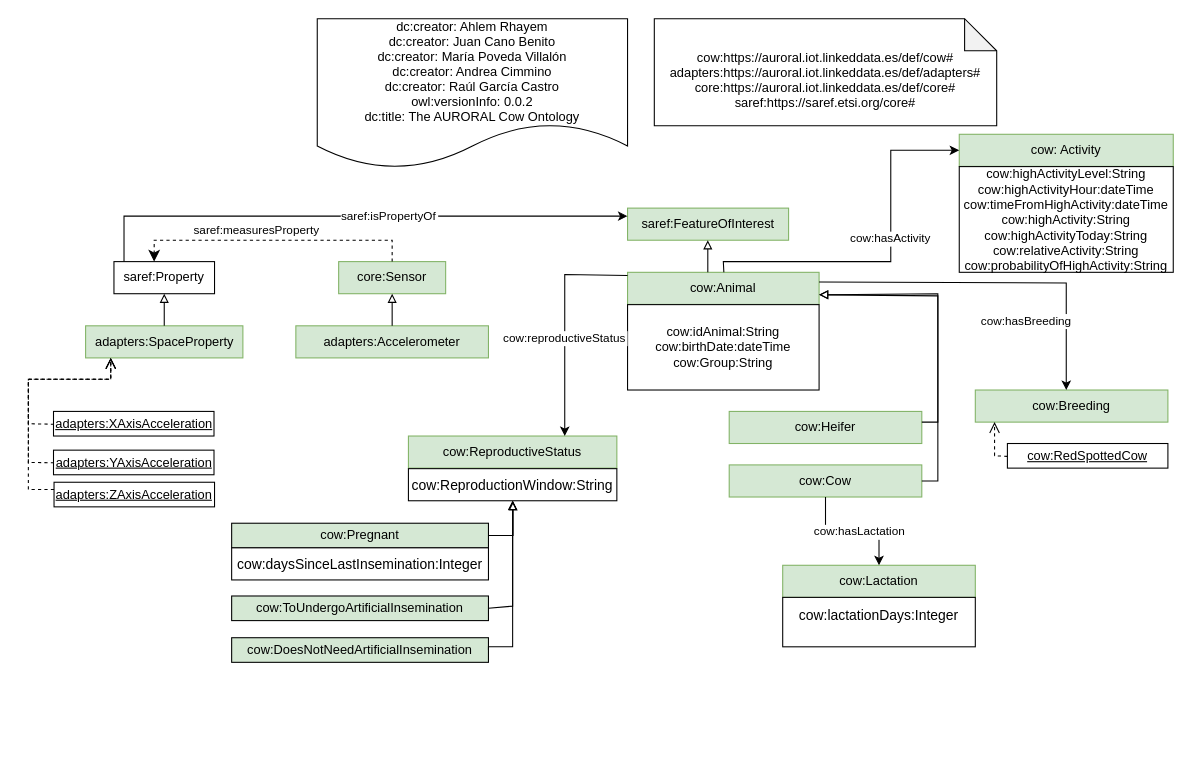
oeg-upm/auroral-cow-ontology keeps this draw.io diagram as Diagram/CowItaly.drawio. Above is the earlier version. Source tidied: cells renumbered, new cells numbered last; positions are measured from the earlier drawing's top-left corner, leaving out a move shared by most shapes. Both pictures are drawn from the tidied source at 107%, with x=0, y=0 at pixel (28, 18).
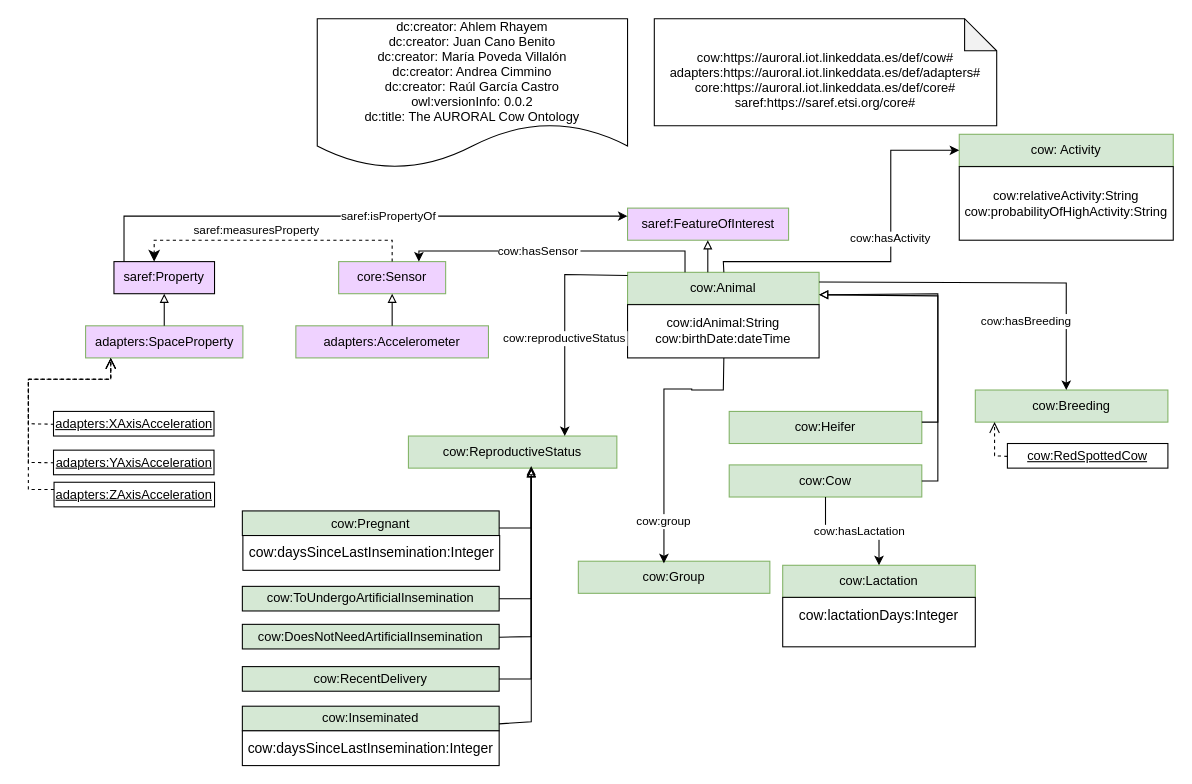
After the change.

The change refers to these unchanged cells:
```xml
<mxCell id="17" value="cow:Animal" style="rounded=0;whiteSpace=wrap;html=1;snapToPoint=1;points=[[0.1,0],[0.2,0],[0.3,0],[0.4,0],[0.5,0],[0.6,0],[0.7,0],[0.8,0],[0.9,0],[0,0.1],[0,0.3],[0,0.5],[0,0.7],[0,0.9],[0.1,1],[0.2,1],[0.3,1],[0.4,1],[0.5,1],[0.6,1],[0.7,1],[0.8,1],[0.9,1],[1,0.1],[1,0.3],[1,0.5],[1,0.7],[1,0.9]];fillColor=#d5e8d4;strokeColor=#82b366;" parent="1" vertex="1">
  <mxGeometry x="560" y="237" width="179" height="30" as="geometry" />
</mxCell>
```

Change to the diagram source:
```diff
@@
-    <mxCell id="4" value="core:Sensor" style="rounded=0;whiteSpace=wrap;html=1;fillColor=#d5e8d4;strokeColor=#82b366;" parent="1" vertex="1">
+    <mxCell id="4" value="core:Sensor" style="rounded=0;whiteSpace=wrap;html=1;fillColor=#EFD2FF;strokeColor=#82b366;" parent="1" vertex="1">
       <mxGeometry x="290" y="227" width="100" height="30" as="geometry" />
     </mxCell>
-    <mxCell id="5" value="&lt;div&gt;&lt;span&gt;adapters:Accelerometer&lt;/span&gt;&lt;/div&gt;" style="rounded=0;whiteSpace=wrap;html=1;fillColor=#d5e8d4;strokeColor=#82b366;" parent="1" vertex="1">
+    <mxCell id="5" value="&lt;div&gt;&lt;span&gt;adapters:Accelerometer&lt;/span&gt;&lt;/div&gt;" style="rounded=0;whiteSpace=wrap;html=1;fillColor=#EFD2FF;strokeColor=#82b366;" parent="1" vertex="1">
       <mxGeometry x="250" y="287" width="180" height="30" as="geometry" />
     </mxCell>
@@
-    <mxCell id="7" value="saref:Property" style="rounded=0;whiteSpace=wrap;html=1;points=[[0.1,0],[0.2,0],[0.3,0],[0.4,0],[0.5,0],[0.6,0],[0.7,0],[0.8,0],[0.9,0],[0,0.1],[0,0.3],[0,0.5],[0,0.7],[0,0.9],[0.1,1],[0.2,1],[0.3,1],[0.4,1],[0.5,1],[0.6,1],[0.7,1],[0.8,1],[0.9,1],[1,0.1],[1,0.3],[1,0.5],[1,0.7],[1,0.9]];" parent="1" vertex="1">
+    <mxCell id="7" value="saref:Property" style="rounded=0;whiteSpace=wrap;html=1;points=[[0.1,0],[0.2,0],[0.3,0],[0.4,0],[0.5,0],[0.6,0],[0.7,0],[0.8,0],[0.9,0],[0,0.1],[0,0.3],[0,0.5],[0,0.7],[0,0.9],[0.1,1],[0.2,1],[0.3,1],[0.4,1],[0.5,1],[0.6,1],[0.7,1],[0.8,1],[0.9,1],[1,0.1],[1,0.3],[1,0.5],[1,0.7],[1,0.9]];fillColor=#EFD2FF;" parent="1" vertex="1">
       <mxGeometry x="80" y="227" width="94" height="30" as="geometry" />
     </mxCell>
-    <mxCell id="8" value="adapters:SpaceProperty" style="rounded=0;whiteSpace=wrap;html=1;fillColor=#d5e8d4;strokeColor=#82b366;" parent="1" vertex="1">
+    <mxCell id="8" value="adapters:SpaceProperty" style="rounded=0;whiteSpace=wrap;html=1;fillColor=#EFD2FF;strokeColor=#82b366;" parent="1" vertex="1">
       <mxGeometry x="53.5" y="287" width="147" height="30" as="geometry" />
     </mxCell>
-    <mxCell id="9" value="&lt;u&gt;adapters:XAxisAcceleration&lt;/u&gt;" style="rounded=0;whiteSpace=wrap;html=1;snapToPoint=1;points=[[0.1,0],[0.2,0],[0.3,0],[0.4,0],[0.5,0],[0.6,0],[0.7,0],[0.8,0],[0.9,0],[0,0.1],[0,0.3],[0,0.5],[0,0.7],[0,0.9],[0.1,1],[0.2,1],[0.3,1],[0.4,1],[0.5,1],[0.6,1],[0.7,1],[0.8,1],[0.9,1],[1,0.1],[1,0.3],[1,0.5],[1,0.7],[1,0.9]];" parent="1" vertex="1">
+    <mxCell id="9" value="&lt;u&gt;adapters:XAxisAcceleration&lt;/u&gt;" style="rounded=0;whiteSpace=wrap;html=1;snapToPoint=1;points=[[0.1,0],[0.2,0],[0.3,0],[0.4,0],[0.5,0],[0.6,0],[0.7,0],[0.8,0],[0.9,0],[0,0.1],[0,0.3],[0,0.5],[0,0.7],[0,0.9],[0.1,1],[0.2,1],[0.3,1],[0.4,1],[0.5,1],[0.6,1],[0.7,1],[0.8,1],[0.9,1],[1,0.1],[1,0.3],[1,0.5],[1,0.7],[1,0.9]];fillColor=#FFFFFF;" parent="1" vertex="1">
       <mxGeometry x="23.5" y="367" width="150" height="23" as="geometry" />
     </mxCell>
@@
-    <mxCell id="18" value="saref:FeatureOfInterest" style="rounded=0;whiteSpace=wrap;html=1;fillColor=#d5e8d4;strokeColor=#82b366;" parent="1" vertex="1">
+    <mxCell id="18" value="saref:FeatureOfInterest" style="rounded=0;whiteSpace=wrap;html=1;fillColor=#EFD2FF;strokeColor=#82b366;" parent="1" vertex="1">
       <mxGeometry x="560" y="177" width="150.5" height="30" as="geometry" />
     </mxCell>
@@
-    <mxCell id="21" value="cow:idAnimal:String&lt;br&gt;cow:birthDate:dateTime&lt;br&gt;cow:Group:String" style="rounded=0;whiteSpace=wrap;html=1;snapToPoint=1;points=[[0.1,0],[0.2,0],[0.3,0],[0.4,0],[0.5,0],[0.6,0],[0.7,0],[0.8,0],[0.9,0],[0,0.1],[0,0.3],[0,0.5],[0,0.7],[0,0.9],[0.1,1],[0.2,1],[0.3,1],[0.4,1],[0.5,1],[0.6,1],[0.7,1],[0.8,1],[0.9,1],[1,0.1],[1,0.3],[1,0.5],[1,0.7],[1,0.9]];" parent="1" vertex="1">
-      <mxGeometry x="560" y="267.2" width="179" height="79.8" as="geometry" />
+    <mxCell id="21" value="cow:idAnimal:String&lt;br&gt;cow:birthDate:dateTime" style="rounded=0;whiteSpace=wrap;html=1;snapToPoint=1;points=[[0.1,0],[0.2,0],[0.3,0],[0.4,0],[0.5,0],[0.6,0],[0.7,0],[0.8,0],[0.9,0],[0,0.1],[0,0.3],[0,0.5],[0,0.7],[0,0.9],[0.1,1],[0.2,1],[0.3,1],[0.4,1],[0.5,1],[0.6,1],[0.7,1],[0.8,1],[0.9,1],[1,0.1],[1,0.3],[1,0.5],[1,0.7],[1,0.9]];" parent="1" vertex="1">
+      <mxGeometry x="560" y="267.2" width="179" height="49.8" as="geometry" />
     </mxCell>
@@
-    <mxCell id="28" value="cow:highActivityLevel:String&lt;br&gt;cow:highActivityHour:dateTime&lt;br&gt;cow:timeFromHighActivity:dateTime&lt;br&gt;cow:highActivity:String&lt;br&gt;cow:highActivityToday:String&lt;br&gt;cow:relativeActivity:String&lt;br&gt;cow:probabilityOfHighActivity:String" style="rounded=0;whiteSpace=wrap;html=1;" parent="1" vertex="1">
-      <mxGeometry x="870" y="138.2" width="200" height="98.8" as="geometry" />
+    <mxCell id="28" value="cow:relativeActivity:String&lt;br&gt;cow:probabilityOfHighActivity:String" style="rounded=0;whiteSpace=wrap;html=1;" parent="1" vertex="1">
+      <mxGeometry x="870" y="138.2" width="200" height="68.8" as="geometry" />
     </mxCell>
@@
-    <mxCell id="33" value="&lt;div&gt;&lt;span&gt;cow:ReproductiveStatus&lt;/span&gt;&lt;/div&gt;" style="rounded=0;whiteSpace=wrap;html=1;fillColor=#d5e8d4;strokeColor=#82b366;" parent="1" vertex="1">
+    <mxCell id="33" value="&lt;div&gt;&lt;span&gt;cow:ReproductiveStatus&lt;/span&gt;&lt;/div&gt;" style="rounded=0;whiteSpace=wrap;html=1;fillColor=#D5E8D4;strokeColor=#82b366;" parent="1" vertex="1">
       <mxGeometry x="355.2" y="390" width="194.8" height="30" as="geometry" />
     </mxCell>
@@
     <mxCell id="37" value="cow:Pregnant" style="rounded=0;whiteSpace=wrap;html=1;snapToPoint=1;points=[[0.1,0],[0.2,0],[0.3,0],[0.4,0],[0.5,0],[0.6,0],[0.7,0],[0.8,0],[0.9,0],[0,0.1],[0,0.3],[0,0.5],[0,0.7],[0,0.9],[0.1,1],[0.2,1],[0.3,1],[0.4,1],[0.5,1],[0.6,1],[0.7,1],[0.8,1],[0.9,1],[1,0.1],[1,0.3],[1,0.5],[1,0.7],[1,0.9]];fillColor=#D5E8D4;" parent="1" vertex="1">
-      <mxGeometry x="190" y="471.5" width="240" height="23" as="geometry" />
+      <mxGeometry x="200" y="460" width="240" height="23" as="geometry" />
     </mxCell>
     <mxCell id="38" value="cow:ToUndergoArtificialInsemination" style="rounded=0;whiteSpace=wrap;html=1;snapToPoint=1;points=[[0.1,0],[0.2,0],[0.3,0],[0.4,0],[0.5,0],[0.6,0],[0.7,0],[0.8,0],[0.9,0],[0,0.1],[0,0.3],[0,0.5],[0,0.7],[0,0.9],[0.1,1],[0.2,1],[0.3,1],[0.4,1],[0.5,1],[0.6,1],[0.7,1],[0.8,1],[0.9,1],[1,0.1],[1,0.3],[1,0.5],[1,0.7],[1,0.9]];fillColor=#D5E8D4;" parent="1" vertex="1">
-      <mxGeometry x="190" y="539.5" width="240" height="23" as="geometry" />
+      <mxGeometry x="200" y="530.5" width="240" height="23" as="geometry" />
     </mxCell>
     <mxCell id="39" value="cow:DoesNotNeedArtificialInsemination" style="rounded=0;whiteSpace=wrap;html=1;snapToPoint=1;points=[[0.1,0],[0.2,0],[0.3,0],[0.4,0],[0.5,0],[0.6,0],[0.7,0],[0.8,0],[0.9,0],[0,0.1],[0,0.3],[0,0.5],[0,0.7],[0,0.9],[0.1,1],[0.2,1],[0.3,1],[0.4,1],[0.5,1],[0.6,1],[0.7,1],[0.8,1],[0.9,1],[1,0.1],[1,0.3],[1,0.5],[1,0.7],[1,0.9]];fillColor=#D5E8D4;" parent="1" vertex="1">
-      <mxGeometry x="190" y="578.5" width="240" height="23" as="geometry" />
+      <mxGeometry x="200" y="566" width="240" height="23" as="geometry" />
     </mxCell>
-    <mxCell id="40" value="&lt;div style=&quot;text-align: left&quot;&gt;&lt;span style=&quot;background-color: rgb(255 , 255 , 255) ; font-size: 13px ; font-family: &amp;#34;arial&amp;#34;&quot;&gt;cow:daysSinceLastInsemination:Integer&lt;/span&gt;&lt;/div&gt;" style="rounded=0;whiteSpace=wrap;html=1;" parent="1" vertex="1">
-      <mxGeometry x="190" y="494.5" width="240" height="30" as="geometry" />
-    </mxCell>
@@
-    <mxCell id="42" value="&lt;div style=&quot;text-align: left&quot;&gt;&lt;span style=&quot;background-color: rgb(255 , 255 , 255) ; font-size: 13px ; font-family: &amp;#34;arial&amp;#34;&quot;&gt;cow:ReproductionWindow:String&lt;/span&gt;&lt;/div&gt;" style="rounded=0;whiteSpace=wrap;html=1;snapToPoint=1;points=[[0.1,0],[0.2,0],[0.3,0],[0.4,0],[0.5,0],[0.6,0],[0.7,0],[0.8,0],[0.9,0],[0,0.1],[0,0.3],[0,0.5],[0,0.7],[0,0.9],[0.1,1],[0.2,1],[0.3,1],[0.4,1],[0.5,1],[0.6,1],[0.7,1],[0.8,1],[0.9,1],[1,0.1],[1,0.3],[1,0.5],[1,0.7],[1,0.9]];" parent="1" vertex="1">
-      <mxGeometry x="355.2" y="420.5" width="194.8" height="30" as="geometry" />
-    </mxCell>
@@
-    <mxCell id="44" style="edgeStyle=orthogonalEdgeStyle;rounded=0;jettySize=auto;html=1;fontSize=11;endArrow=block;endFill=0;" parent="1" edge="1" source="37" target="42">
-      <mxGeometry relative="1" as="geometry">
-        <Array as="points">
-          <mxPoint x="453" y="483" />
-        </Array>
-      </mxGeometry>
-    </mxCell>
-    <mxCell id="45" style="edgeStyle=orthogonalEdgeStyle;rounded=0;jettySize=auto;html=1;fontSize=11;endArrow=block;endFill=0;entryX=0.5;entryY=1;entryDx=0;entryDy=0;" parent="1" edge="1" source="38" target="42">
-      <mxGeometry relative="1" as="geometry">
-        <Array as="points">
-          <mxPoint x="453" y="549" />
-        </Array>
-      </mxGeometry>
-    </mxCell>
-    <mxCell id="46" style="edgeStyle=orthogonalEdgeStyle;rounded=0;jettySize=auto;html=1;fontSize=11;endArrow=block;endFill=0;exitX=1;exitY=0.5;exitDx=0;exitDy=0;entryX=0.5;entryY=1;entryDx=0;entryDy=0;" parent="1" edge="1" source="39" target="42">
-      <mxGeometry relative="1" as="geometry">
-        <Array as="points">
-          <mxPoint x="430" y="587" />
-          <mxPoint x="453" y="587" />
-        </Array>
-      </mxGeometry>
-    </mxCell>
+    <mxCell id="47" value="cow:Group" style="rounded=0;whiteSpace=wrap;html=1;snapToPoint=1;points=[[0.1,0],[0.2,0],[0.3,0],[0.4,0],[0.5,0],[0.6,0],[0.7,0],[0.8,0],[0.9,0],[0,0.1],[0,0.3],[0,0.5],[0,0.7],[0,0.9],[0.1,1],[0.2,1],[0.3,1],[0.4,1],[0.5,1],[0.6,1],[0.7,1],[0.8,1],[0.9,1],[1,0.1],[1,0.3],[1,0.5],[1,0.7],[1,0.9]];fillColor=#d5e8d4;strokeColor=#82b366;" parent="1" vertex="1">
+      <mxGeometry x="514" y="507" width="179" height="30" as="geometry" />
+    </mxCell>
+    <mxCell id="48" value="cow:group" style="edgeStyle=orthogonalEdgeStyle;rounded=0;jettySize=auto;fontSize=11;endArrow=classic;endFill=1;entryX=0.447;entryY=0.067;entryDx=0;entryDy=0;entryPerimeter=0;" parent="1" edge="1" source="21" target="47">
+      <mxGeometry x="0.68" relative="1" as="geometry">
+        <Array as="points">
+          <mxPoint x="650" y="347" />
+          <mxPoint x="620" y="347" />
+          <mxPoint x="620" y="346" />
+          <mxPoint x="594" y="346" />
+        </Array>
+      </mxGeometry>
+    </mxCell>
+    <mxCell id="49" value="cow:hasSensor" style="edgeStyle=orthogonalEdgeStyle;rounded=0;jettySize=auto;fontSize=11;endArrow=classic;endFill=1;exitX=0.3;exitY=0;exitDx=0;exitDy=0;entryX=0.75;entryY=0;entryDx=0;entryDy=0;" parent="1" edge="1" source="17" target="4">
+      <mxGeometry x="0.13" relative="1" as="geometry">
+        <Array as="points">
+          <mxPoint x="614" y="217" />
+          <mxPoint x="365" y="217" />
+        </Array>
+      </mxGeometry>
+    </mxCell>
+    <mxCell id="50" value="cow:RecentDelivery" style="rounded=0;whiteSpace=wrap;html=1;snapToPoint=1;points=[[0.1,0],[0.2,0],[0.3,0],[0.4,0],[0.5,0],[0.6,0],[0.7,0],[0.8,0],[0.9,0],[0,0.1],[0,0.3],[0,0.5],[0,0.7],[0,0.9],[0.1,1],[0.2,1],[0.3,1],[0.4,1],[0.5,1],[0.6,1],[0.7,1],[0.8,1],[0.9,1],[1,0.1],[1,0.3],[1,0.5],[1,0.7],[1,0.9]];fillColor=#D5E8D4;" parent="1" vertex="1">
+      <mxGeometry x="200" y="605.5" width="240" height="23" as="geometry" />
+    </mxCell>
+    <mxCell id="51" value="cow:Inseminated" style="rounded=0;whiteSpace=wrap;html=1;snapToPoint=1;points=[[0.1,0],[0.2,0],[0.3,0],[0.4,0],[0.5,0],[0.6,0],[0.7,0],[0.8,0],[0.9,0],[0,0.1],[0,0.3],[0,0.5],[0,0.7],[0,0.9],[0.1,1],[0.2,1],[0.3,1],[0.4,1],[0.5,1],[0.6,1],[0.7,1],[0.8,1],[0.9,1],[1,0.1],[1,0.3],[1,0.5],[1,0.7],[1,0.9]];fillColor=#D5E8D4;" parent="1" vertex="1">
+      <mxGeometry x="200" y="642.5" width="240" height="23" as="geometry" />
+    </mxCell>
+    <mxCell id="52" value="&lt;div style=&quot;text-align: left&quot;&gt;&lt;font face=&quot;arial&quot;&gt;&lt;span style=&quot;font-size: 13px ; background-color: rgb(255 , 255 , 255)&quot;&gt;cow:daysSinceLastInsemination:Integer&lt;/span&gt;&lt;/font&gt;&lt;/div&gt;" style="rounded=0;whiteSpace=wrap;html=1;" parent="1" vertex="1">
+      <mxGeometry x="200" y="665.5" width="240" height="32.5" as="geometry" />
+    </mxCell>
+    <mxCell id="53" style="edgeStyle=orthogonalEdgeStyle;rounded=0;jettySize=auto;html=1;fontSize=11;endArrow=block;endFill=0;" parent="1" edge="1" source="38" target="33">
+      <mxGeometry relative="1" as="geometry">
+        <Array as="points">
+          <mxPoint x="470" y="542" />
+        </Array>
+      </mxGeometry>
+    </mxCell>
+    <mxCell id="54" style="edgeStyle=orthogonalEdgeStyle;rounded=0;jettySize=auto;html=1;fontSize=11;endArrow=block;endFill=0;" parent="1" edge="1" source="37" target="33">
+      <mxGeometry relative="1" as="geometry">
+        <Array as="points">
+          <mxPoint x="470" y="476" />
+        </Array>
+      </mxGeometry>
+    </mxCell>
+    <mxCell id="55" style="edgeStyle=orthogonalEdgeStyle;rounded=0;jettySize=auto;html=1;fontSize=11;endArrow=block;endFill=0;entryX=0.589;entryY=0.933;entryDx=0;entryDy=0;entryPerimeter=0;" parent="1" edge="1" source="39" target="33">
+      <mxGeometry relative="1" as="geometry">
+        <Array as="points">
+          <mxPoint x="470" y="578" />
+        </Array>
+      </mxGeometry>
+    </mxCell>
+    <mxCell id="56" style="edgeStyle=orthogonalEdgeStyle;rounded=0;jettySize=auto;html=1;fontSize=11;endArrow=block;endFill=0;entryX=0.589;entryY=1;entryDx=0;entryDy=0;entryPerimeter=0;" parent="1" edge="1" source="50" target="33">
+      <mxGeometry relative="1" as="geometry">
+        <Array as="points">
+          <mxPoint x="470" y="617" />
+        </Array>
+      </mxGeometry>
+    </mxCell>
+    <mxCell id="57" style="edgeStyle=orthogonalEdgeStyle;rounded=0;jettySize=auto;html=1;fontSize=11;endArrow=block;endFill=0;" parent="1" edge="1" source="51" target="33">
+      <mxGeometry relative="1" as="geometry">
+        <Array as="points">
+          <mxPoint x="470" y="657" />
+        </Array>
+      </mxGeometry>
+    </mxCell>
+    <mxCell id="58" value="&lt;div style=&quot;text-align: left&quot;&gt;&lt;font face=&quot;arial&quot;&gt;&lt;span style=&quot;font-size: 13px ; background-color: rgb(255 , 255 , 255)&quot;&gt;cow:daysSinceLastInsemination:Integer&lt;/span&gt;&lt;/font&gt;&lt;/div&gt;" style="rounded=0;whiteSpace=wrap;html=1;" parent="1" vertex="1">
+      <mxGeometry x="200.5" y="483" width="240" height="32.5" as="geometry" />
+    </mxCell>
```
